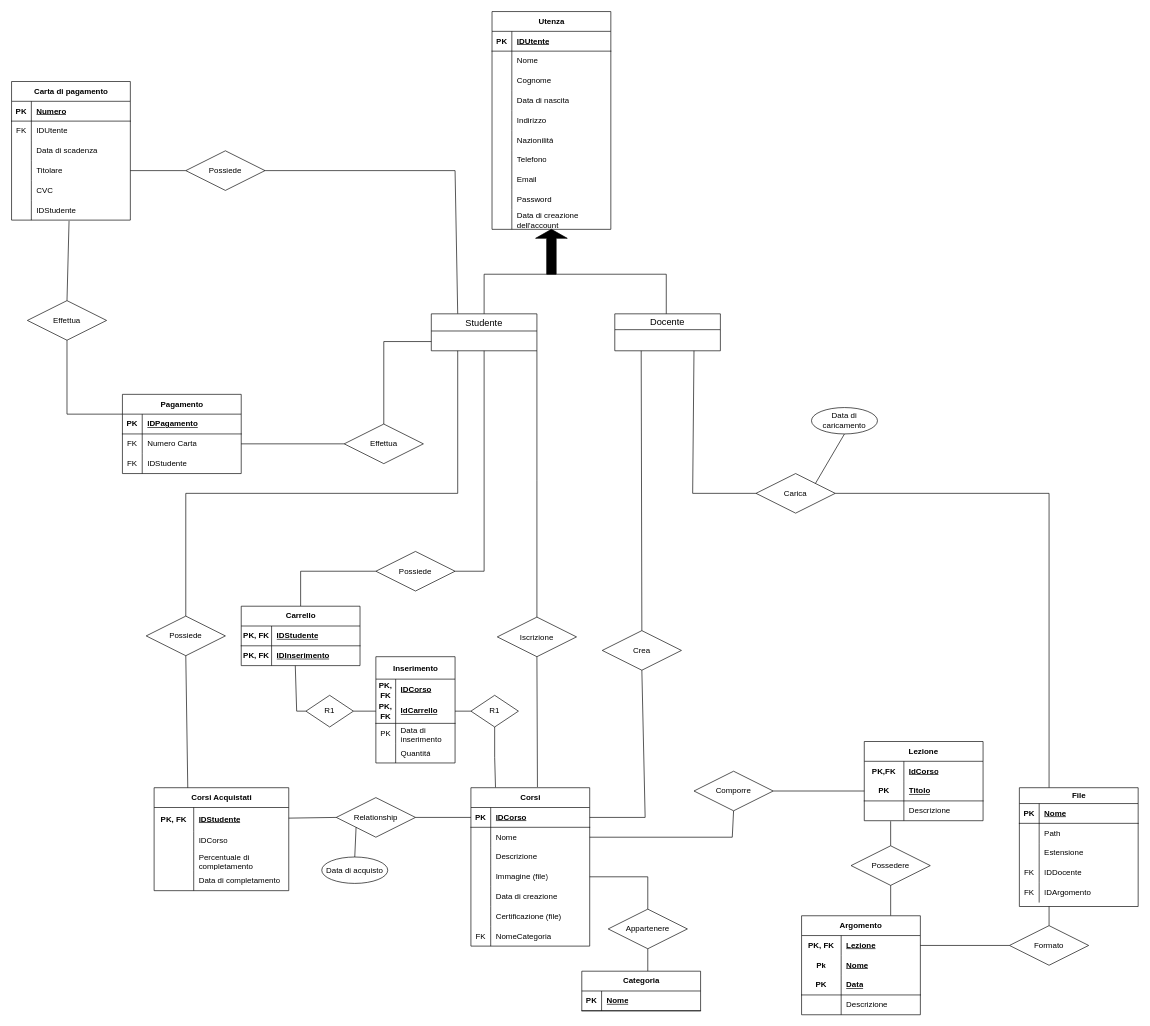
Earlier version of the draw.io diagram SchemaER.drawio (RaffyManzo/Tsw-Moodle2.0). Source tidied: cells renumbered, new cells numbered last; positions are measured from the earlier drawing's top-left corner, leaving out a move shared by most shapes. Both pictures are drawn from the tidied source at 66%, with x=0, y=0 at pixel (11, 11).
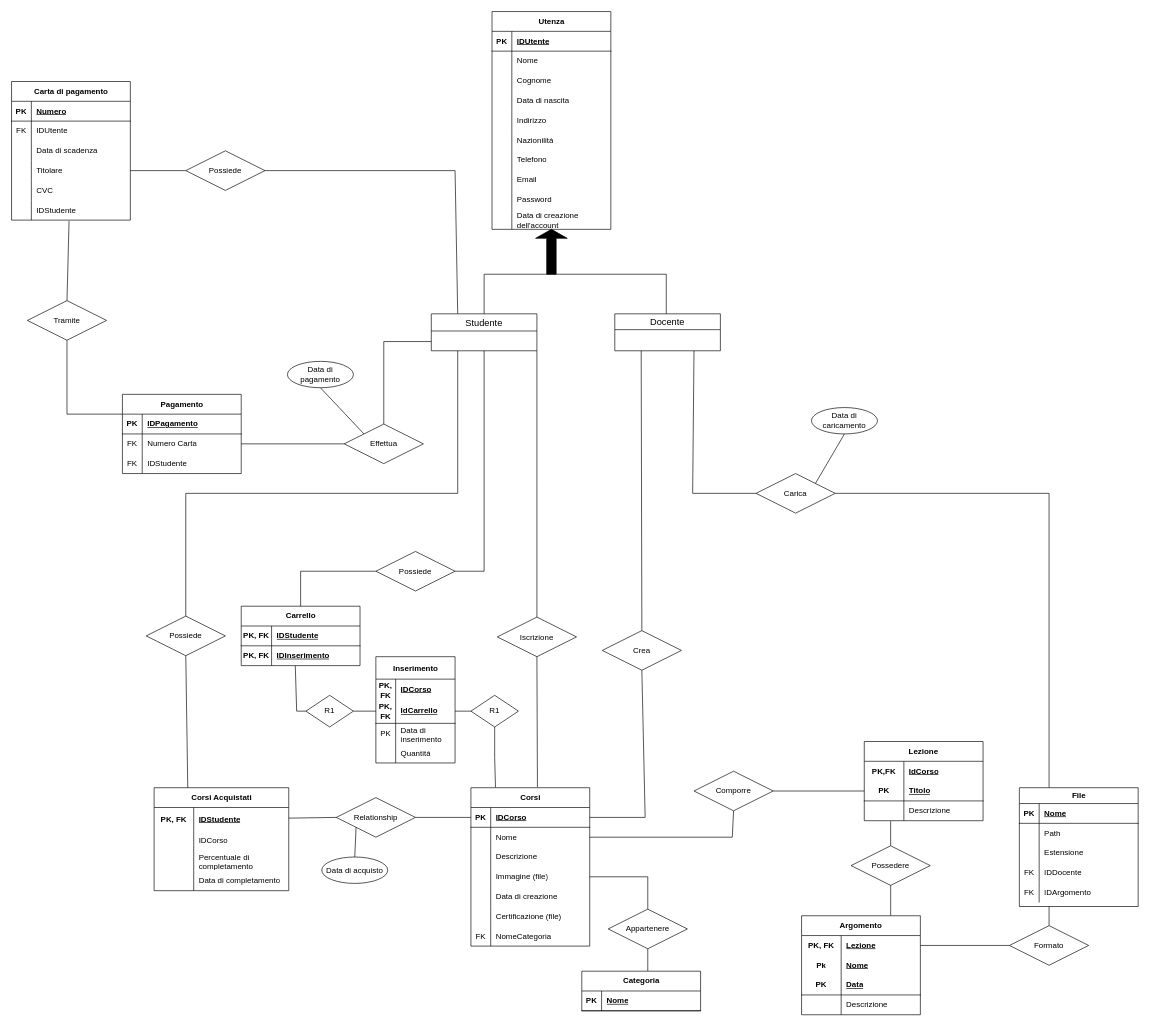
The same diagram, later.

The change refers to these unchanged cells:
```xml
<mxCell id="26" value="Effettua" style="shape=rhombus;perimeter=rhombusPerimeter;whiteSpace=wrap;html=1;align=center;" parent="1" vertex="1">
  <mxGeometry x="504" y="625" width="120" height="60" as="geometry" />
</mxCell>
```

What changed in the source:
```diff
@@
-    <mxCell id="195" value="Effettua" style="shape=rhombus;perimeter=rhombusPerimeter;whiteSpace=wrap;html=1;align=center;" parent="1" vertex="1">
+    <mxCell id="195" value="Tramite" style="shape=rhombus;perimeter=rhombusPerimeter;whiteSpace=wrap;html=1;align=center;" parent="1" vertex="1">
       <mxGeometry x="24" y="438" width="120" height="60" as="geometry" />
     </mxCell>
@@
+    <mxCell id="213" value="Data di pagamento" style="ellipse;whiteSpace=wrap;html=1;align=center;" parent="1" vertex="1">
+      <mxGeometry x="418" y="530" width="100" height="40" as="geometry" />
+    </mxCell>
+    <mxCell id="214" style="endArrow=none;html=1;rounded=0;exitX=0.5;exitY=1;exitDx=0;exitDy=0;entryX=0;entryY=0;entryDx=0;entryDy=0;" parent="1" edge="1" source="213" target="26">
+      <mxGeometry relative="1" as="geometry" />
+    </mxCell>
```
